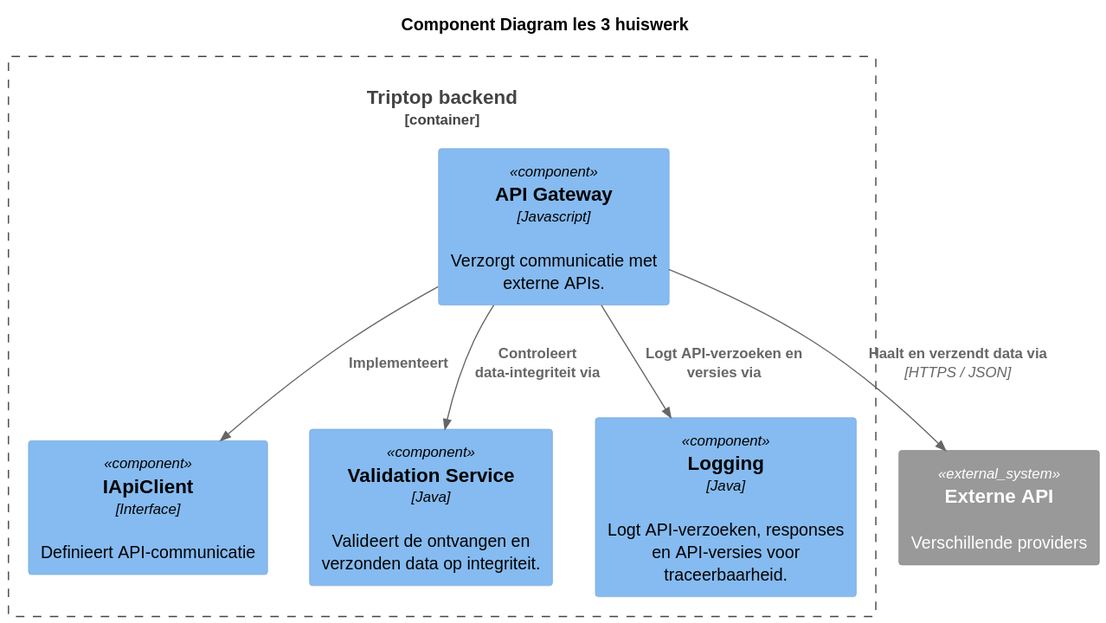
The PlantUML diagram software-guidebook/ontwerpvraag-cas/component-diagram-cas.svg in AIM-ENE-feb25/triptop-beca, before a commit.
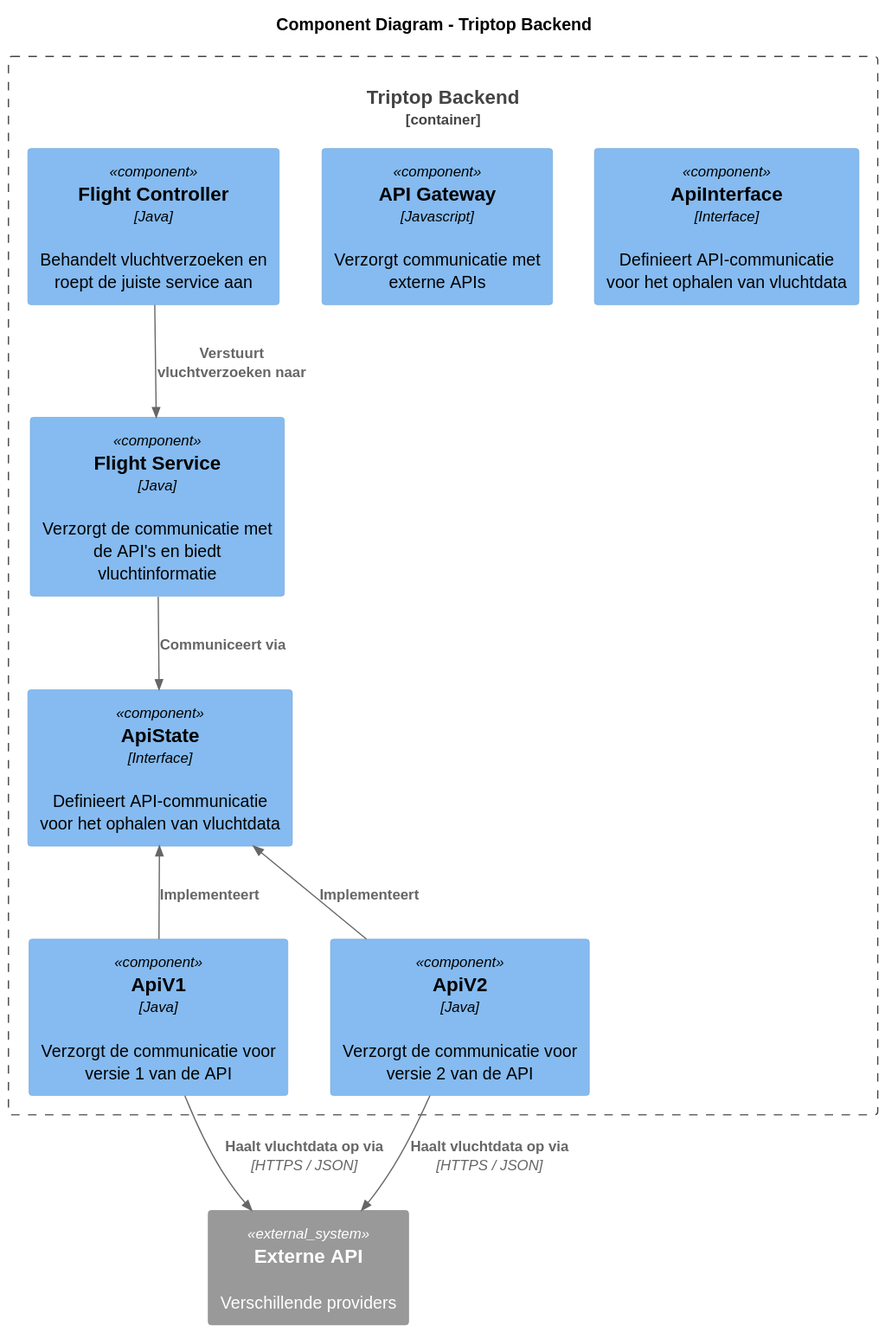
The same diagram one commit later.

Commit message:
Statisch component diagram verbeterd

Diff of the diagram source:
```diff
@@ -1,19 +1,24 @@
 @startuml
 !include https://raw.githubusercontent.com/plantuml-stdlib/C4-PlantUML/master/C4_Component.puml
 
-title Component Diagram les 3 huiswerk
+title Component Diagram - Triptop Backend
 
-Container_Boundary(c1, "Triptop backend") {
-    Component(api_interface, "IApiClient", "Interface", "Definieert API-communicatie")
-    Component(api_client, "API Gateway", "Javascript", "Verzorgt communicatie met externe APIs.")
-    Component(validation_service, "Validation Service", "Java", "Valideert de ontvangen en verzonden data op integriteit.")
-    Component(logging_service, "Logging", "Java", "Logt API-verzoeken, responses en API-versies voor traceerbaarheid.")
+Container_Boundary(c1, "Triptop Backend") {
+    Component(api_interface, "ApiInterface", "Interface", "Definieert API-communicatie voor het ophalen van vluchtdata")
+    Component(api_state, "ApiState", "Interface", "Definieert API-communicatie voor het ophalen van vluchtdata")
+    Component(api_gateway, "API Gateway", "Javascript", "Verzorgt communicatie met externe APIs")
+    Component(flight_controller, "Flight Controller", "Java", "Behandelt vluchtverzoeken en roept de juiste service aan")
+    Component(flight_service, "Flight Service", "Java", "Verzorgt de communicatie met de API's en biedt vluchtinformatie")
+    Component(api_v1, "ApiV1", "Java", "Verzorgt de communicatie voor versie 1 van de API")
+    Component(api_v2, "ApiV2", "Java", "Verzorgt de communicatie voor versie 2 van de API")
 }
 
 System_Ext(external_api, "Externe API", "Verschillende providers", "")
 
-Rel(api_client, api_interface, "Implementeert")
-Rel(api_client, external_api, "Haalt en verzendt data via", "HTTPS / JSON")
-Rel(api_client, validation_service, "Controleert data-integriteit via", "")
-Rel(api_client, logging_service, "Logt API-verzoeken en versies via", "")
+Rel(flight_controller, flight_service, "Verstuurt vluchtverzoeken naar", "")
+Rel(flight_service, api_state, "Communiceert via", "")
+Rel(api_v1, external_api, "Haalt vluchtdata op via", "HTTPS / JSON")
+Rel(api_v2, external_api, "Haalt vluchtdata op via", "HTTPS / JSON")
+Rel_Up(api_v1, api_state, "Implementeert", "")
+Rel_Up(api_v2, api_state, "Implementeert", "")
 @enduml
```
